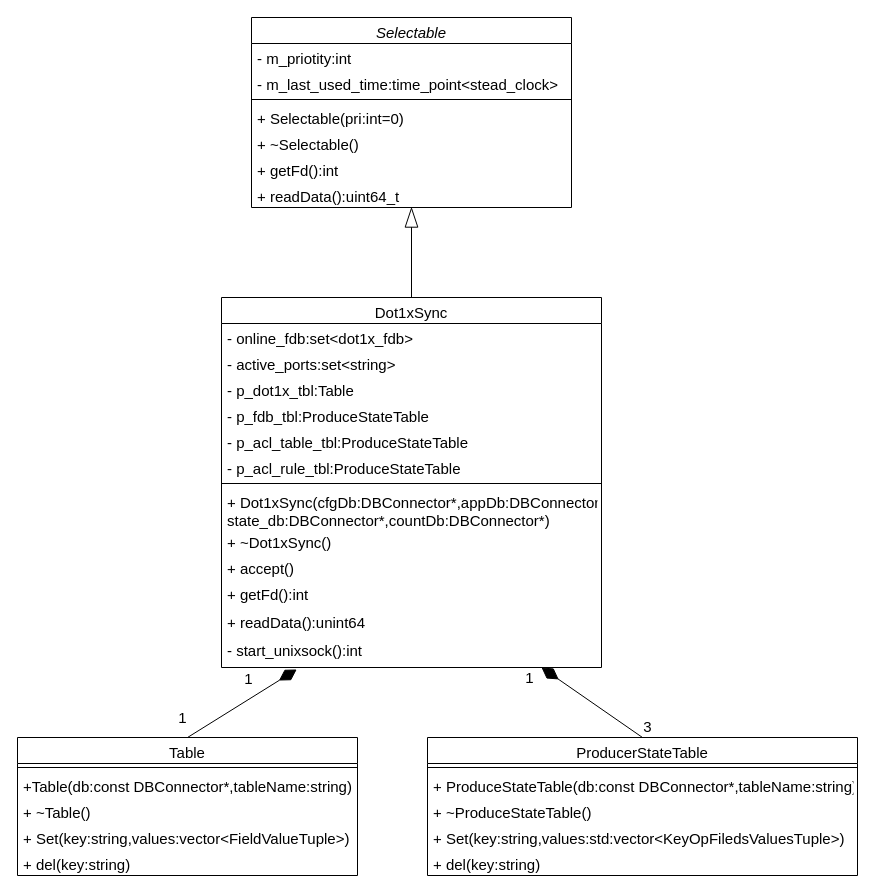
PATORITU/PATORITU keeps this draw.io diagram as Dot1xSync.drawio. Above is the earlier version. Source tidied: cells renumbered, new cells numbered last; positions are measured from the earlier drawing's top-left corner, leaving out a move shared by most shapes. Both pictures are drawn from the tidied source at 100%, with x=0, y=0 at pixel (17, 17).
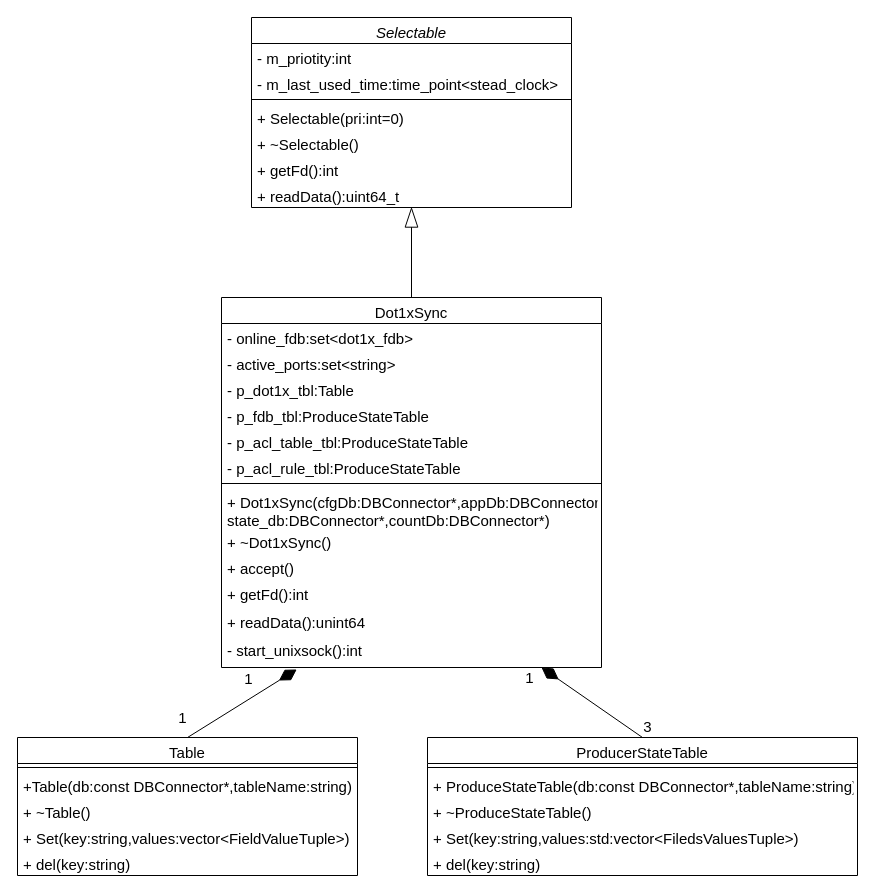
The same diagram, later.

Unchanged cells that the change refers to:
```xml
<mxCell id="30" value="ProducerStateTable" style="swimlane;fontStyle=0;align=center;verticalAlign=top;horizontal=1;startSize=26;rounded=0;shadow=0;strokeWidth=1;fontSize=15;" parent="1" vertex="1">
  <mxGeometry x="410" y="720" width="430" height="138" as="geometry" />
</mxCell>
```

Change to the diagram source:
```diff
@@
-    <mxCell id="34" value="+ Set(key:string,values:std:vector&lt;KeyOpFiledsValuesTuple&gt;)" style="text;align=left;verticalAlign=top;spacingLeft=4;spacingRight=4;overflow=hidden;fontSize=15;" parent="30" vertex="1">
+    <mxCell id="34" value="+ Set(key:string,values:std:vector&lt;FiledsValuesTuple&gt;)" style="text;align=left;verticalAlign=top;spacingLeft=4;spacingRight=4;overflow=hidden;fontSize=15;" parent="30" vertex="1">
       <mxGeometry y="86" width="430" height="26" as="geometry" />
     </mxCell>
```
